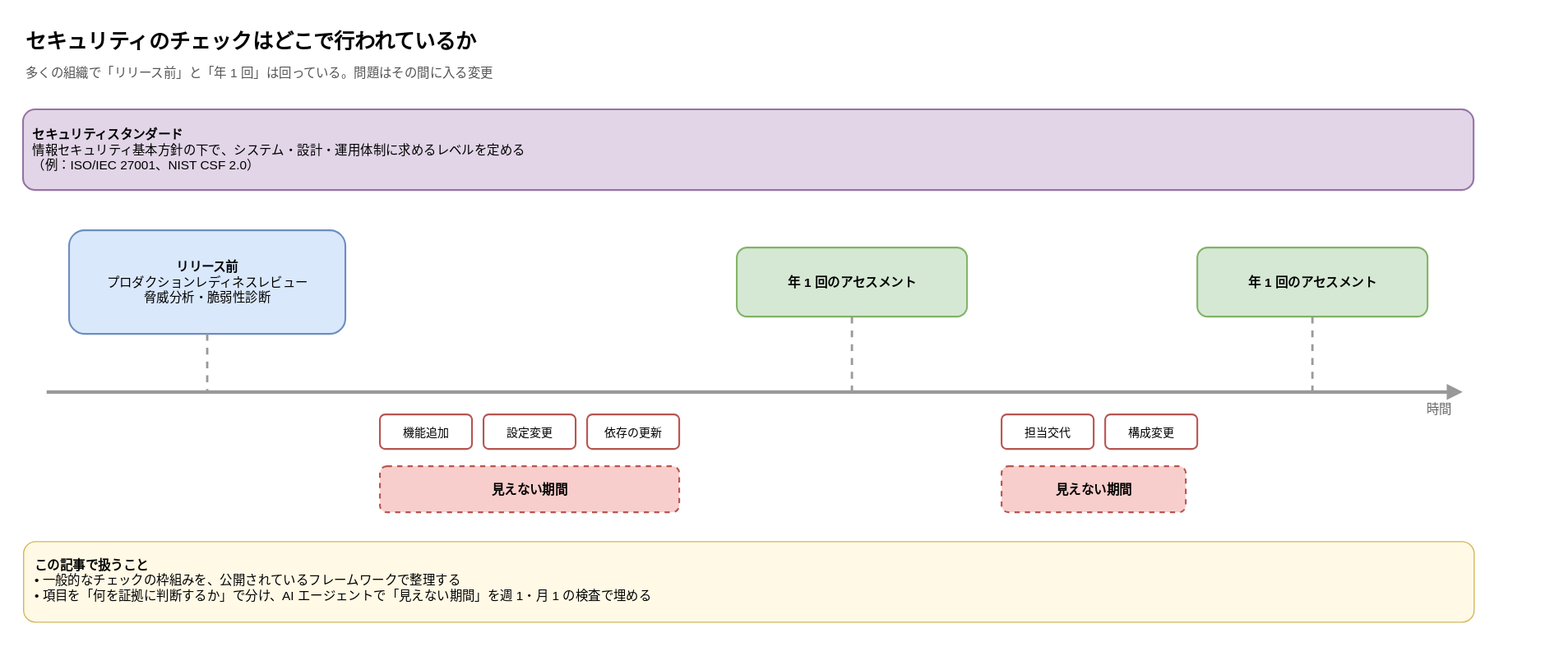
Before: images/continuous-security-assessment-ai-agent/assessment-gates.drawio.svg, a diagram exported from draw.io (anfangd/zenn-content). Source tidied: cells renumbered, new cells last; positions are measured from the earlier drawing's top-left corner, leaving out a move shared by most shapes.
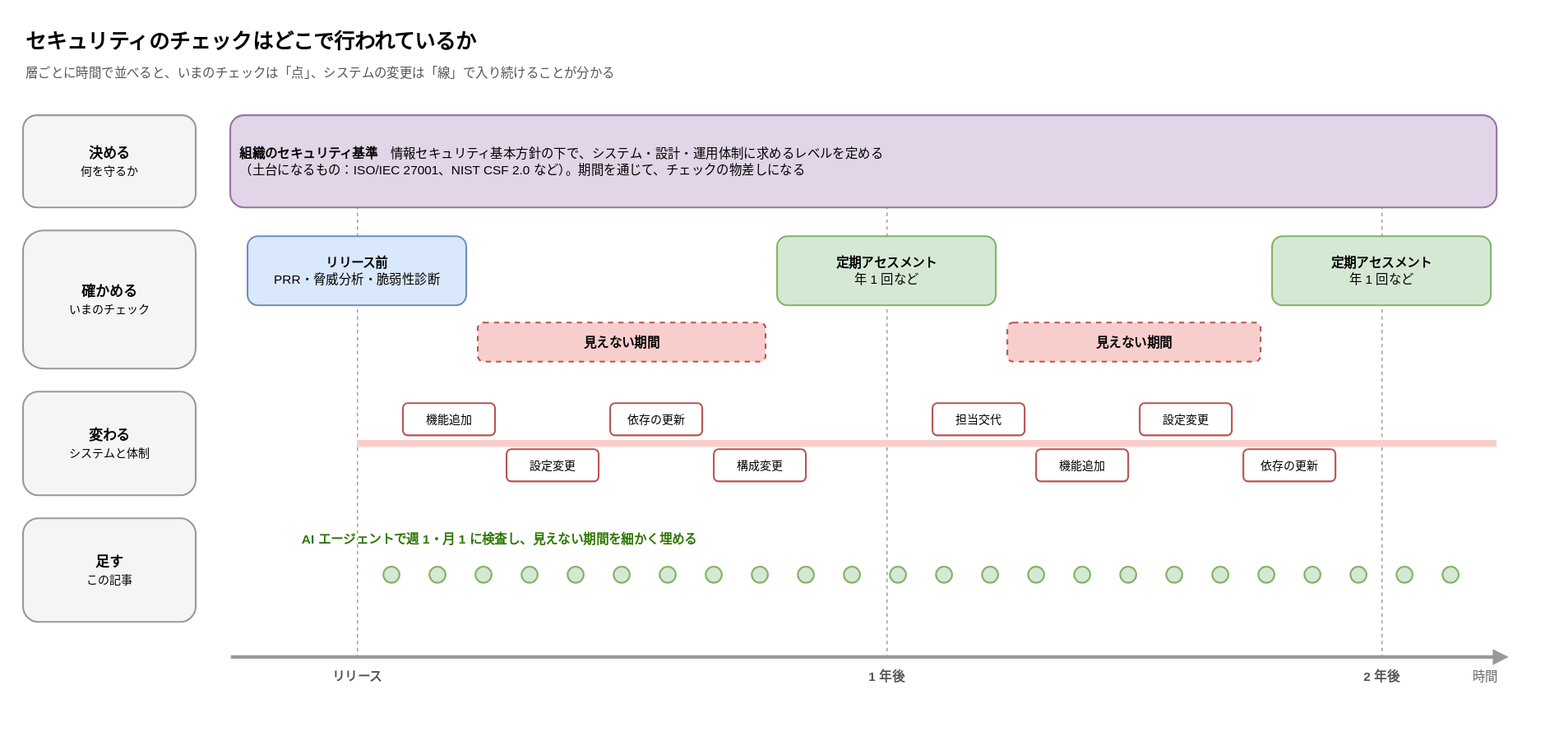
After the change.

Commit message:
docs: ✏️ redraw assessment-gates diagram by layer and timeline

Claude-Session: https://claude.ai/code/session_0186LuQ16wDmweGTbqztLpqV

The edit, as a diff of the source:
```diff
@@ -7,65 +7,176 @@
     </mxCell>
-    <mxCell id="3" value="多くの組織で「リリース前」と「年 1 回」は回っている。問題はその間に入る変更" style="text;html=1;align=left;verticalAlign=middle;fontSize=11;fontColor=#555555;" parent="1" vertex="1">
+    <mxCell id="3" value="層ごとに時間で並べると、いまのチェックは「点」、システムの変更は「線」で入り続けることが分かる" style="text;html=1;align=left;verticalAlign=middle;fontSize=11;fontColor=#555555;" parent="1" vertex="1">
       <mxGeometry y="32" width="1300" height="22" as="geometry" />
     </mxCell>
-    <mxCell id="4" value="&lt;b&gt;セキュリティスタンダード&lt;/b&gt;&lt;br&gt;情報セキュリティ基本方針の下で、システム・設計・運用体制に求めるレベルを定める&lt;br&gt;（例：ISO/IEC 27001、NIST CSF 2.0）" style="rounded=1;whiteSpace=wrap;html=1;fillColor=#E1D5E7;strokeColor=#9673A6;fontSize=11;fontStyle=1;align=center;verticalAlign=middle;spacing=8;strokeWidth=1.5;align=left;fontStyle=0;" parent="1" vertex="1">
-      <mxGeometry y="75" width="1260" height="70" as="geometry" />
+    <mxCell id="4" style="edgeStyle=none;html=1;endArrow=block;endFill=1;strokeWidth=2;strokeColor=#999999;fontSize=10;labelBackgroundColor=#FFFFFF;fontColor=#666666;endArrow=none;dashed=1;strokeWidth=1;" parent="1" edge="1">
+      <mxGeometry relative="1" as="geometry">
+        <mxPoint x="290" y="80" as="sourcePoint" />
+        <mxPoint x="290" y="550" as="targetPoint" />
+      </mxGeometry>
     </mxCell>
-    <mxCell id="5" style="edgeStyle=none;html=1;endArrow=block;endFill=1;strokeWidth=2;strokeColor=#999999;fontSize=10;labelBackgroundColor=#FFFFFF;fontColor=#666666;strokeWidth=3;" parent="1" edge="1">
+    <mxCell id="5" style="edgeStyle=none;html=1;endArrow=block;endFill=1;strokeWidth=2;strokeColor=#999999;fontSize=10;labelBackgroundColor=#FFFFFF;fontColor=#666666;endArrow=none;dashed=1;strokeWidth=1;" parent="1" edge="1">
       <mxGeometry relative="1" as="geometry">
-        <mxPoint x="20" y="320" as="sourcePoint" />
-        <mxPoint x="1250" y="320" as="targetPoint" />
+        <mxPoint x="750" y="80" as="sourcePoint" />
+        <mxPoint x="750" y="550" as="targetPoint" />
       </mxGeometry>
     </mxCell>
-    <mxCell id="6" value="時間" style="text;html=1;align=center;verticalAlign=middle;whiteSpace=wrap;fontSize=11;fontColor=#666666;" parent="1" vertex="1">
-      <mxGeometry x="1200" y="325" width="60" height="20" as="geometry" />
+    <mxCell id="6" style="edgeStyle=none;html=1;endArrow=block;endFill=1;strokeWidth=2;strokeColor=#999999;fontSize=10;labelBackgroundColor=#FFFFFF;fontColor=#666666;endArrow=none;dashed=1;strokeWidth=1;" parent="1" edge="1">
+      <mxGeometry relative="1" as="geometry">
+        <mxPoint x="1180" y="80" as="sourcePoint" />
+        <mxPoint x="1180" y="550" as="targetPoint" />
+      </mxGeometry>
     </mxCell>
-    <mxCell id="7" value="&lt;b&gt;リリース前&lt;/b&gt;&lt;br&gt;プロダクションレディネスレビュー&lt;br&gt;脅威分析・脆弱性診断" style="rounded=1;whiteSpace=wrap;html=1;fillColor=#DAE8FC;strokeColor=#6C8EBF;fontSize=11;fontStyle=1;align=center;verticalAlign=middle;spacing=8;strokeWidth=1.5;fontStyle=0;" parent="1" vertex="1">
-      <mxGeometry x="40" y="180" width="240" height="90" as="geometry" />
+    <mxCell id="7" value="&lt;b&gt;決める&lt;/b&gt;&lt;br&gt;&lt;font style='font-size:10px'&gt;何を守るか&lt;/font&gt;" style="rounded=1;whiteSpace=wrap;html=1;fillColor=#F5F5F5;strokeColor=#999999;fontSize=12;fontStyle=0;align=center;verticalAlign=middle;spacing=8;strokeWidth=1.5;" parent="1" vertex="1">
+      <mxGeometry y="80" width="150" height="80" as="geometry" />
     </mxCell>
-    <mxCell id="8" style="edgeStyle=none;html=1;endArrow=block;endFill=1;strokeWidth=2;strokeColor=#999999;fontSize=10;labelBackgroundColor=#FFFFFF;fontColor=#666666;endArrow=none;dashed=1;" parent="1" edge="1" source="7">
-      <mxGeometry relative="1" as="geometry">
-        <mxPoint x="160" y="320" as="targetPoint" />
-      </mxGeometry>
+    <mxCell id="8" value="&lt;b&gt;確かめる&lt;/b&gt;&lt;br&gt;&lt;font style='font-size:10px'&gt;いまのチェック&lt;/font&gt;" style="rounded=1;whiteSpace=wrap;html=1;fillColor=#F5F5F5;strokeColor=#999999;fontSize=12;fontStyle=0;align=center;verticalAlign=middle;spacing=8;strokeWidth=1.5;" parent="1" vertex="1">
+      <mxGeometry y="180" width="150" height="120" as="geometry" />
     </mxCell>
-    <mxCell id="9" value="&lt;b&gt;年 1 回のアセスメント&lt;/b&gt;" style="rounded=1;whiteSpace=wrap;html=1;fillColor=#D5E8D4;strokeColor=#82B366;fontSize=11;fontStyle=1;align=center;verticalAlign=middle;spacing=8;strokeWidth=1.5;fontStyle=0;" parent="1" vertex="1">
-      <mxGeometry x="620" y="195" width="200" height="60" as="geometry" />
+    <mxCell id="9" value="&lt;b&gt;変わる&lt;/b&gt;&lt;br&gt;&lt;font style='font-size:10px'&gt;システムと体制&lt;/font&gt;" style="rounded=1;whiteSpace=wrap;html=1;fillColor=#F5F5F5;strokeColor=#999999;fontSize=12;fontStyle=0;align=center;verticalAlign=middle;spacing=8;strokeWidth=1.5;" parent="1" vertex="1">
+      <mxGeometry y="320" width="150" height="90" as="geometry" />
     </mxCell>
-    <mxCell id="10" style="edgeStyle=none;html=1;endArrow=block;endFill=1;strokeWidth=2;strokeColor=#999999;fontSize=10;labelBackgroundColor=#FFFFFF;fontColor=#666666;endArrow=none;dashed=1;" parent="1" edge="1" source="9">
-      <mxGeometry relative="1" as="geometry">
-        <mxPoint x="720" y="320" as="targetPoint" />
-      </mxGeometry>
+    <mxCell id="10" value="&lt;b&gt;足す&lt;/b&gt;&lt;br&gt;&lt;font style='font-size:10px'&gt;この記事&lt;/font&gt;" style="rounded=1;whiteSpace=wrap;html=1;fillColor=#F5F5F5;strokeColor=#999999;fontSize=12;fontStyle=0;align=center;verticalAlign=middle;spacing=8;strokeWidth=1.5;" parent="1" vertex="1">
+      <mxGeometry y="430" width="150" height="90" as="geometry" />
     </mxCell>
-    <mxCell id="11" value="&lt;b&gt;年 1 回のアセスメント&lt;/b&gt;" style="rounded=1;whiteSpace=wrap;html=1;fillColor=#D5E8D4;strokeColor=#82B366;fontSize=11;fontStyle=1;align=center;verticalAlign=middle;spacing=8;strokeWidth=1.5;fontStyle=0;" parent="1" vertex="1">
-      <mxGeometry x="1020" y="195" width="200" height="60" as="geometry" />
+    <mxCell id="11" value="&lt;b&gt;組織のセキュリティ基準&lt;/b&gt;　情報セキュリティ基本方針の下で、システム・設計・運用体制に求めるレベルを定める&lt;br&gt;（土台になるもの：ISO/IEC 27001、NIST CSF 2.0 など）。期間を通じて、チェックの物差しになる" style="rounded=1;whiteSpace=wrap;html=1;fillColor=#E1D5E7;strokeColor=#9673A6;fontSize=11;fontStyle=1;align=center;verticalAlign=middle;spacing=8;strokeWidth=1.5;align=left;fontStyle=0;" parent="1" vertex="1">
+      <mxGeometry x="180" y="80" width="1100" height="80" as="geometry" />
     </mxCell>
-    <mxCell id="12" style="edgeStyle=none;html=1;endArrow=block;endFill=1;strokeWidth=2;strokeColor=#999999;fontSize=10;labelBackgroundColor=#FFFFFF;fontColor=#666666;endArrow=none;dashed=1;" parent="1" edge="1" source="11">
-      <mxGeometry relative="1" as="geometry">
-        <mxPoint x="1120" y="320" as="targetPoint" />
-      </mxGeometry>
+    <mxCell id="12" value="&lt;b&gt;リリース前&lt;/b&gt;&lt;br&gt;PRR・脅威分析・脆弱性診断" style="rounded=1;whiteSpace=wrap;html=1;fillColor=#DAE8FC;strokeColor=#6C8EBF;fontSize=11;fontStyle=1;align=center;verticalAlign=middle;spacing=8;strokeWidth=1.5;fontStyle=0;" parent="1" vertex="1">
+      <mxGeometry x="195" y="185" width="190" height="60" as="geometry" />
     </mxCell>
-    <mxCell id="13" value="機能追加" style="rounded=1;whiteSpace=wrap;html=1;fillColor=#FFFFFF;strokeColor=#B85450;fontSize=10;fontStyle=0;align=center;verticalAlign=middle;spacing=8;strokeWidth=1.5;" parent="1" vertex="1">
-      <mxGeometry x="310" y="340" width="80" height="30" as="geometry" />
+    <mxCell id="13" value="&lt;b&gt;定期アセスメント&lt;/b&gt;&lt;br&gt;年 1 回など" style="rounded=1;whiteSpace=wrap;html=1;fillColor=#D5E8D4;strokeColor=#82B366;fontSize=11;fontStyle=1;align=center;verticalAlign=middle;spacing=8;strokeWidth=1.5;fontStyle=0;" parent="1" vertex="1">
+      <mxGeometry x="655" y="185" width="190" height="60" as="geometry" />
     </mxCell>
-    <mxCell id="14" value="設定変更" style="rounded=1;whiteSpace=wrap;html=1;fillColor=#FFFFFF;strokeColor=#B85450;fontSize=10;fontStyle=0;align=center;verticalAlign=middle;spacing=8;strokeWidth=1.5;" parent="1" vertex="1">
-      <mxGeometry x="400" y="340" width="80" height="30" as="geometry" />
+    <mxCell id="14" value="&lt;b&gt;定期アセスメント&lt;/b&gt;&lt;br&gt;年 1 回など" style="rounded=1;whiteSpace=wrap;html=1;fillColor=#D5E8D4;strokeColor=#82B366;fontSize=11;fontStyle=1;align=center;verticalAlign=middle;spacing=8;strokeWidth=1.5;fontStyle=0;" parent="1" vertex="1">
+      <mxGeometry x="1085" y="185" width="190" height="60" as="geometry" />
     </mxCell>
-    <mxCell id="15" value="依存の更新" style="rounded=1;whiteSpace=wrap;html=1;fillColor=#FFFFFF;strokeColor=#B85450;fontSize=10;fontStyle=0;align=center;verticalAlign=middle;spacing=8;strokeWidth=1.5;" parent="1" vertex="1">
-      <mxGeometry x="490" y="340" width="80" height="30" as="geometry" />
+    <mxCell id="15" value="見えない期間" style="rounded=1;whiteSpace=wrap;html=1;fillColor=#F8CECC;strokeColor=#B85450;fontSize=11;fontStyle=1;align=center;verticalAlign=middle;spacing=8;strokeWidth=1.5;dashed=1;" parent="1" vertex="1">
+      <mxGeometry x="395" y="260" width="250" height="34" as="geometry" />
     </mxCell>
-    <mxCell id="16" value="担当交代" style="rounded=1;whiteSpace=wrap;html=1;fillColor=#FFFFFF;strokeColor=#B85450;fontSize=10;fontStyle=0;align=center;verticalAlign=middle;spacing=8;strokeWidth=1.5;" parent="1" vertex="1">
-      <mxGeometry x="850" y="340" width="80" height="30" as="geometry" />
+    <mxCell id="16" value="見えない期間" style="rounded=1;whiteSpace=wrap;html=1;fillColor=#F8CECC;strokeColor=#B85450;fontSize=11;fontStyle=1;align=center;verticalAlign=middle;spacing=8;strokeWidth=1.5;dashed=1;" parent="1" vertex="1">
+      <mxGeometry x="855" y="260" width="220" height="34" as="geometry" />
     </mxCell>
-    <mxCell id="17" value="構成変更" style="rounded=1;whiteSpace=wrap;html=1;fillColor=#FFFFFF;strokeColor=#B85450;fontSize=10;fontStyle=0;align=center;verticalAlign=middle;spacing=8;strokeWidth=1.5;" parent="1" vertex="1">
-      <mxGeometry x="940" y="340" width="80" height="30" as="geometry" />
+    <mxCell id="17" style="edgeStyle=none;html=1;endArrow=none;strokeWidth=6;strokeColor=#F8CECC;" parent="1" edge="1">
+      <mxGeometry relative="1" as="geometry">
+        <mxPoint x="290" y="365" as="sourcePoint" />
+        <mxPoint x="1280" y="365" as="targetPoint" />
+      </mxGeometry>
     </mxCell>
-    <mxCell id="18" value="見えない期間" style="rounded=1;whiteSpace=wrap;html=1;fillColor=#F8CECC;strokeColor=#B85450;fontSize=11;fontStyle=1;align=center;verticalAlign=middle;spacing=8;strokeWidth=1.5;dashed=1;" parent="1" vertex="1">
-      <mxGeometry x="310" y="385" width="260" height="40" as="geometry" />
+    <mxCell id="18" value="機能追加" style="rounded=1;whiteSpace=wrap;html=1;fillColor=#FFFFFF;strokeColor=#B85450;fontSize=10;fontStyle=0;align=center;verticalAlign=middle;spacing=8;strokeWidth=1.5;" parent="1" vertex="1">
+      <mxGeometry x="330" y="330" width="80" height="28" as="geometry" />
     </mxCell>
-    <mxCell id="19" value="見えない期間" style="rounded=1;whiteSpace=wrap;html=1;fillColor=#F8CECC;strokeColor=#B85450;fontSize=11;fontStyle=1;align=center;verticalAlign=middle;spacing=8;strokeWidth=1.5;dashed=1;" parent="1" vertex="1">
-      <mxGeometry x="850" y="385" width="160" height="40" as="geometry" />
+    <mxCell id="19" value="設定変更" style="rounded=1;whiteSpace=wrap;html=1;fillColor=#FFFFFF;strokeColor=#B85450;fontSize=10;fontStyle=0;align=center;verticalAlign=middle;spacing=8;strokeWidth=1.5;" parent="1" vertex="1">
+      <mxGeometry x="420" y="370" width="80" height="28" as="geometry" />
     </mxCell>
-    <mxCell id="20" value="&lt;b&gt;この記事で扱うこと&lt;/b&gt;&lt;br&gt;• 一般的なチェックの枠組みを、公開されているフレームワークで整理する&lt;br&gt;• 項目を「何を証拠に判断するか」で分け、AI エージェントで「見えない期間」を週 1・月 1 の検査で埋める" style="text;html=1;align=left;verticalAlign=top;whiteSpace=wrap;rounded=1;fillColor=#FFF9E6;strokeColor=#D6B656;spacing=10;fontSize=11;" parent="1" vertex="1">
-      <mxGeometry y="450" width="1260" height="70" as="geometry" />
+    <mxCell id="20" value="依存の更新" style="rounded=1;whiteSpace=wrap;html=1;fillColor=#FFFFFF;strokeColor=#B85450;fontSize=10;fontStyle=0;align=center;verticalAlign=middle;spacing=8;strokeWidth=1.5;" parent="1" vertex="1">
+      <mxGeometry x="510" y="330" width="80" height="28" as="geometry" />
     </mxCell>
+    <mxCell id="21" value="構成変更" style="rounded=1;whiteSpace=wrap;html=1;fillColor=#FFFFFF;strokeColor=#B85450;fontSize=10;fontStyle=0;align=center;verticalAlign=middle;spacing=8;strokeWidth=1.5;" parent="1" vertex="1">
+      <mxGeometry x="600" y="370" width="80" height="28" as="geometry" />
+    </mxCell>
+    <mxCell id="22" value="担当交代" style="rounded=1;whiteSpace=wrap;html=1;fillColor=#FFFFFF;strokeColor=#B85450;fontSize=10;fontStyle=0;align=center;verticalAlign=middle;spacing=8;strokeWidth=1.5;" parent="1" vertex="1">
+      <mxGeometry x="790" y="330" width="80" height="28" as="geometry" />
+    </mxCell>
+    <mxCell id="23" value="機能追加" style="rounded=1;whiteSpace=wrap;html=1;fillColor=#FFFFFF;strokeColor=#B85450;fontSize=10;fontStyle=0;align=center;verticalAlign=middle;spacing=8;strokeWidth=1.5;" parent="1" vertex="1">
+      <mxGeometry x="880" y="370" width="80" height="28" as="geometry" />
+    </mxCell>
+    <mxCell id="24" value="設定変更" style="rounded=1;whiteSpace=wrap;html=1;fillColor=#FFFFFF;strokeColor=#B85450;fontSize=10;fontStyle=0;align=center;verticalAlign=middle;spacing=8;strokeWidth=1.5;" parent="1" vertex="1">
+      <mxGeometry x="970" y="330" width="80" height="28" as="geometry" />
+    </mxCell>
+    <mxCell id="25" value="依存の更新" style="rounded=1;whiteSpace=wrap;html=1;fillColor=#FFFFFF;strokeColor=#B85450;fontSize=10;fontStyle=0;align=center;verticalAlign=middle;spacing=8;strokeWidth=1.5;" parent="1" vertex="1">
+      <mxGeometry x="1060" y="370" width="80" height="28" as="geometry" />
+    </mxCell>
+    <mxCell id="26" value="AI エージェントで週 1・月 1 に検査し、見えない期間を細かく埋める" style="text;html=1;align=left;verticalAlign=top;whiteSpace=wrap;fontSize=11;fontColor=#2D7600;fontStyle=1;" parent="1" vertex="1">
+      <mxGeometry x="240" y="435" width="700" height="22" as="geometry" />
+    </mxCell>
+    <mxCell id="27" style="ellipse;html=1;fillColor=#D5E8D4;strokeColor=#82B366;strokeWidth=1.5;" parent="1" vertex="1">
+      <mxGeometry x="313" y="472" width="14" height="14" as="geometry" />
+    </mxCell>
+    <mxCell id="28" style="ellipse;html=1;fillColor=#D5E8D4;strokeColor=#82B366;strokeWidth=1.5;" parent="1" vertex="1">
+      <mxGeometry x="353" y="472" width="14" height="14" as="geometry" />
+    </mxCell>
+    <mxCell id="29" style="ellipse;html=1;fillColor=#D5E8D4;strokeColor=#82B366;strokeWidth=1.5;" parent="1" vertex="1">
+      <mxGeometry x="393" y="472" width="14" height="14" as="geometry" />
+    </mxCell>
+    <mxCell id="30" style="ellipse;html=1;fillColor=#D5E8D4;strokeColor=#82B366;strokeWidth=1.5;" parent="1" vertex="1">
+      <mxGeometry x="433" y="472" width="14" height="14" as="geometry" />
+    </mxCell>
+    <mxCell id="31" style="ellipse;html=1;fillColor=#D5E8D4;strokeColor=#82B366;strokeWidth=1.5;" parent="1" vertex="1">
+      <mxGeometry x="473" y="472" width="14" height="14" as="geometry" />
+    </mxCell>
+    <mxCell id="32" style="ellipse;html=1;fillColor=#D5E8D4;strokeColor=#82B366;strokeWidth=1.5;" parent="1" vertex="1">
+      <mxGeometry x="513" y="472" width="14" height="14" as="geometry" />
+    </mxCell>
+    <mxCell id="33" style="ellipse;html=1;fillColor=#D5E8D4;strokeColor=#82B366;strokeWidth=1.5;" parent="1" vertex="1">
+      <mxGeometry x="553" y="472" width="14" height="14" as="geometry" />
+    </mxCell>
+    <mxCell id="34" style="ellipse;html=1;fillColor=#D5E8D4;strokeColor=#82B366;strokeWidth=1.5;" parent="1" vertex="1">
+      <mxGeometry x="593" y="472" width="14" height="14" as="geometry" />
+    </mxCell>
+    <mxCell id="35" style="ellipse;html=1;fillColor=#D5E8D4;strokeColor=#82B366;strokeWidth=1.5;" parent="1" vertex="1">
+      <mxGeometry x="633" y="472" width="14" height="14" as="geometry" />
+    </mxCell>
+    <mxCell id="36" style="ellipse;html=1;fillColor=#D5E8D4;strokeColor=#82B366;strokeWidth=1.5;" parent="1" vertex="1">
+      <mxGeometry x="673" y="472" width="14" height="14" as="geometry" />
+    </mxCell>
+    <mxCell id="37" style="ellipse;html=1;fillColor=#D5E8D4;strokeColor=#82B366;strokeWidth=1.5;" parent="1" vertex="1">
+      <mxGeometry x="713" y="472" width="14" height="14" as="geometry" />
+    </mxCell>
+    <mxCell id="38" style="ellipse;html=1;fillColor=#D5E8D4;strokeColor=#82B366;strokeWidth=1.5;" parent="1" vertex="1">
+      <mxGeometry x="753" y="472" width="14" height="14" as="geometry" />
+    </mxCell>
+    <mxCell id="39" style="ellipse;html=1;fillColor=#D5E8D4;strokeColor=#82B366;strokeWidth=1.5;" parent="1" vertex="1">
+      <mxGeometry x="793" y="472" width="14" height="14" as="geometry" />
+    </mxCell>
+    <mxCell id="40" style="ellipse;html=1;fillColor=#D5E8D4;strokeColor=#82B366;strokeWidth=1.5;" parent="1" vertex="1">
+      <mxGeometry x="833" y="472" width="14" height="14" as="geometry" />
+    </mxCell>
+    <mxCell id="41" style="ellipse;html=1;fillColor=#D5E8D4;strokeColor=#82B366;strokeWidth=1.5;" parent="1" vertex="1">
+      <mxGeometry x="873" y="472" width="14" height="14" as="geometry" />
+    </mxCell>
+    <mxCell id="42" style="ellipse;html=1;fillColor=#D5E8D4;strokeColor=#82B366;strokeWidth=1.5;" parent="1" vertex="1">
+      <mxGeometry x="913" y="472" width="14" height="14" as="geometry" />
+    </mxCell>
+    <mxCell id="43" style="ellipse;html=1;fillColor=#D5E8D4;strokeColor=#82B366;strokeWidth=1.5;" parent="1" vertex="1">
+      <mxGeometry x="953" y="472" width="14" height="14" as="geometry" />
+    </mxCell>
+    <mxCell id="44" style="ellipse;html=1;fillColor=#D5E8D4;strokeColor=#82B366;strokeWidth=1.5;" parent="1" vertex="1">
+      <mxGeometry x="993" y="472" width="14" height="14" as="geometry" />
+    </mxCell>
+    <mxCell id="45" style="ellipse;html=1;fillColor=#D5E8D4;strokeColor=#82B366;strokeWidth=1.5;" parent="1" vertex="1">
+      <mxGeometry x="1033" y="472" width="14" height="14" as="geometry" />
+    </mxCell>
+    <mxCell id="46" style="ellipse;html=1;fillColor=#D5E8D4;strokeColor=#82B366;strokeWidth=1.5;" parent="1" vertex="1">
+      <mxGeometry x="1073" y="472" width="14" height="14" as="geometry" />
+    </mxCell>
+    <mxCell id="47" style="ellipse;html=1;fillColor=#D5E8D4;strokeColor=#82B366;strokeWidth=1.5;" parent="1" vertex="1">
+      <mxGeometry x="1113" y="472" width="14" height="14" as="geometry" />
+    </mxCell>
+    <mxCell id="48" style="ellipse;html=1;fillColor=#D5E8D4;strokeColor=#82B366;strokeWidth=1.5;" parent="1" vertex="1">
+      <mxGeometry x="1153" y="472" width="14" height="14" as="geometry" />
+    </mxCell>
+    <mxCell id="49" style="ellipse;html=1;fillColor=#D5E8D4;strokeColor=#82B366;strokeWidth=1.5;" parent="1" vertex="1">
+      <mxGeometry x="1193" y="472" width="14" height="14" as="geometry" />
+    </mxCell>
+    <mxCell id="50" style="ellipse;html=1;fillColor=#D5E8D4;strokeColor=#82B366;strokeWidth=1.5;" parent="1" vertex="1">
+      <mxGeometry x="1233" y="472" width="14" height="14" as="geometry" />
+    </mxCell>
+    <mxCell id="51" style="edgeStyle=none;html=1;endArrow=block;endFill=1;strokeWidth=2;strokeColor=#999999;fontSize=10;labelBackgroundColor=#FFFFFF;fontColor=#666666;strokeWidth=3;" parent="1" edge="1">
+      <mxGeometry relative="1" as="geometry">
+        <mxPoint x="180" y="550" as="sourcePoint" />
+        <mxPoint x="1290" y="550" as="targetPoint" />
+      </mxGeometry>
+    </mxCell>
+    <mxCell id="52" value="リリース" style="text;html=1;align=center;verticalAlign=middle;whiteSpace=wrap;fontSize=11;fontStyle=1;fontColor=#555555;" parent="1" vertex="1">
+      <mxGeometry x="240" y="556" width="100" height="22" as="geometry" />
+    </mxCell>
+    <mxCell id="53" value="1 年後" style="text;html=1;align=center;verticalAlign=middle;whiteSpace=wrap;fontSize=11;fontStyle=1;fontColor=#555555;" parent="1" vertex="1">
+      <mxGeometry x="700" y="556" width="100" height="22" as="geometry" />
+    </mxCell>
+    <mxCell id="54" value="2 年後" style="text;html=1;align=center;verticalAlign=middle;whiteSpace=wrap;fontSize=11;fontStyle=1;fontColor=#555555;" parent="1" vertex="1">
+      <mxGeometry x="1130" y="556" width="100" height="22" as="geometry" />
+    </mxCell>
+    <mxCell id="55" value="時間" style="text;html=1;align=center;verticalAlign=middle;whiteSpace=wrap;fontSize=11;fontColor=#666666;" parent="1" vertex="1">
+      <mxGeometry x="1240" y="556" width="60" height="22" as="geometry" />
+    </mxCell>
   </root>
```
